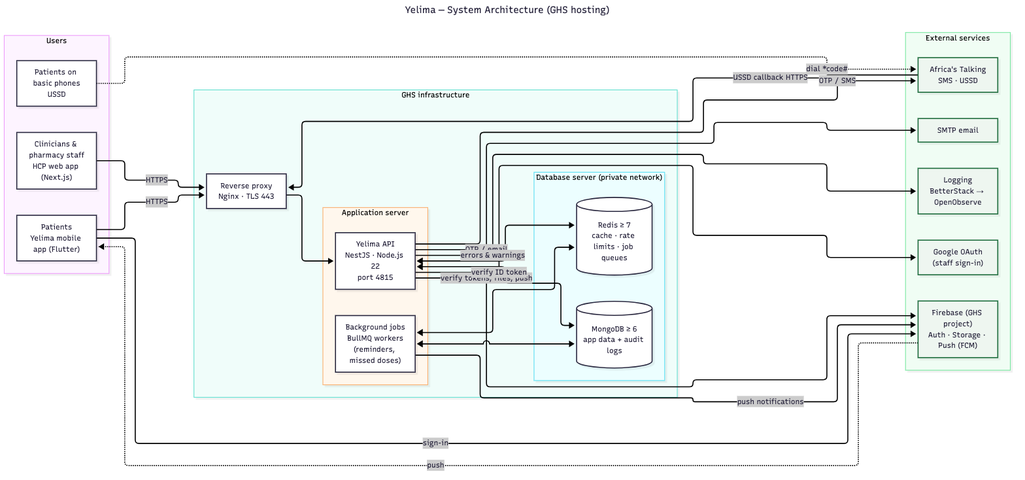
Earlier version of the Mermaid export docs/diagrams/architecture.png (Zomujo/dnh-server). Its source is kept beside it as docs/diagrams/architecture.mmd.
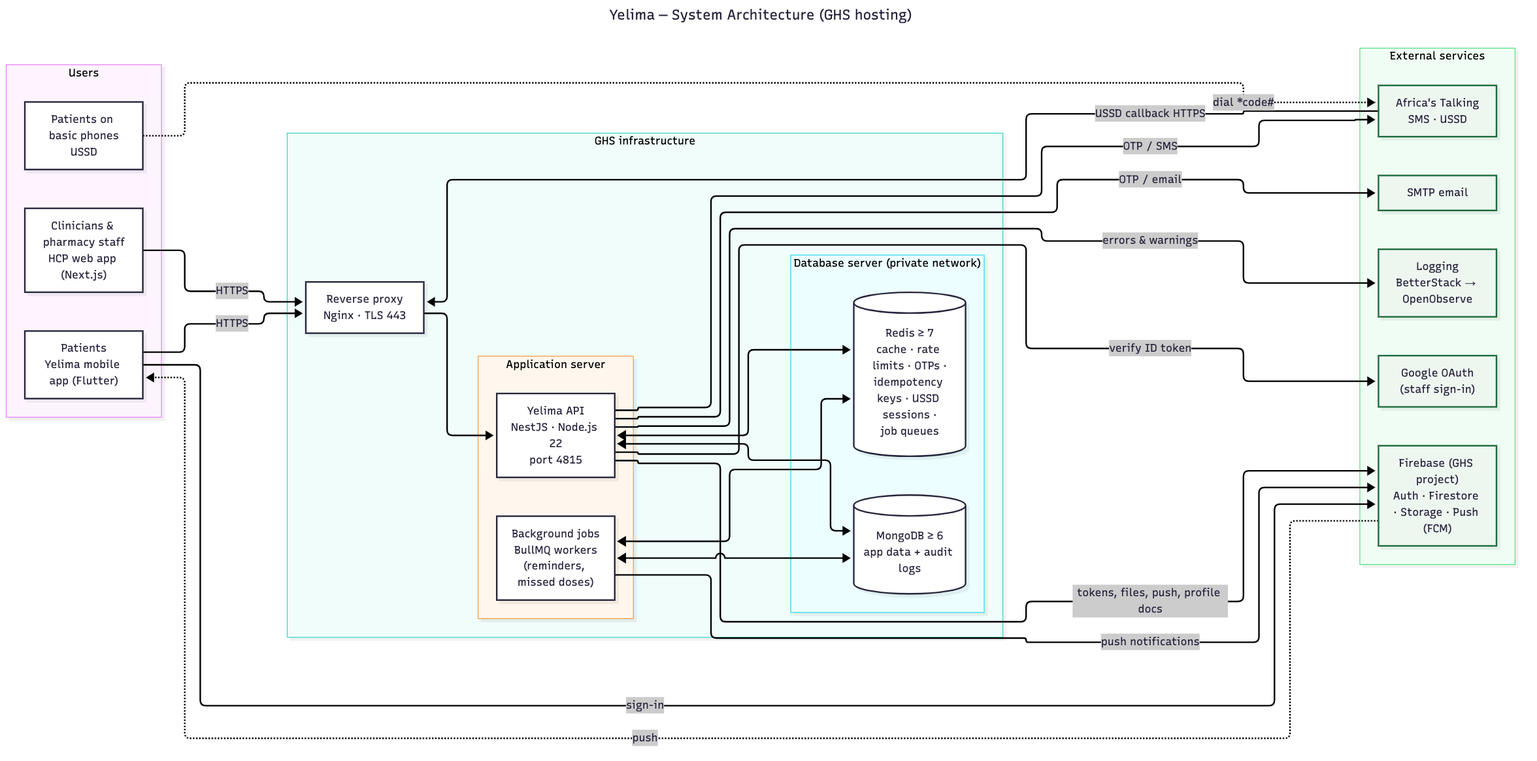
After the change.

Commit message:
docs(diagrams): correct ERD, architecture and data flow against the code

The edit, as a diff of the source:
```diff
@@ -16,12 +16,12 @@
     end
     subgraph DB["Database server (private network)"]
       M[("MongoDB ≥ 6<br/>app data + audit logs")]
-      R[("Redis ≥ 7<br/>cache · rate limits · job queues")]
+      R[("Redis ≥ 7<br/>cache · rate limits · OTPs ·<br/>idempotency keys · USSD sessions ·<br/>job queues")]
     end
   end
 
   subgraph EXT["External services"]
-    FB["Firebase (GHS project)<br/>Auth · Storage · Push (FCM)"]
+    FB["Firebase (GHS project)<br/>Auth · Firestore · Storage · Push (FCM)"]
     AT["Africa's Talking<br/>SMS · USSD"]
     SM["SMTP email"]
     GO["Google OAuth<br/>(staff sign-in)"]
@@ -37,7 +37,7 @@
   API <--> R
   W <--> R
   W <--> M
-  API -- verify tokens, files, push --> FB
+  API -- tokens, files, push, profile docs --> FB
   P -- sign-in --> FB
   W -- push notifications --> FB
   FB -. push .-> P
```
